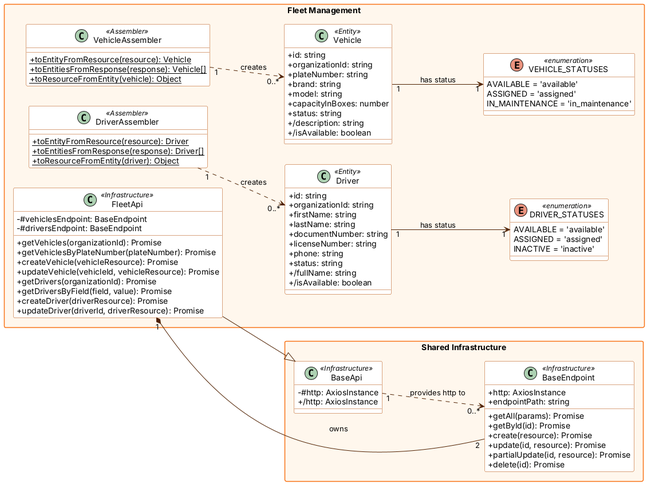
1ASI0730-2620-8084-CodeCrafters/bottle-track-report keeps this PlantUML diagram as report/assets/Software-Object-Oriented-Design/frontend-class-fleet-management.png. Above is the earlier version. Its diagram source:
```plantuml
@startuml
skinparam classAttributeIconSize 0
skinparam packageStyle rectangle
skinparam shadowing false
skinparam defaultFontName Arial
skinparam class {
  BackgroundColor #ffffff
  BorderColor #b34900
  ArrowColor #4f2000
}
skinparam package {
  BackgroundColor #fff7ed
  BorderColor #f97316
}
left to right direction

package "Shared Infrastructure" {
  class BaseApi <<Infrastructure>> {
    - #http: AxiosInstance
    + /http: AxiosInstance
  }
  class BaseEndpoint <<Infrastructure>> {
    + http: AxiosInstance
    + endpointPath: string
    + getAll(params): Promise
    + getById(id): Promise
    + create(resource): Promise
    + update(id, resource): Promise
    + partialUpdate(id, resource): Promise
    + delete(id): Promise
  }
  BaseApi "1" ..> "0..*" BaseEndpoint : provides http to
}
package "Fleet Management" {
  class Vehicle <<Entity>> {
    + id: string
    + organizationId: string
    + plateNumber: string
    + brand: string
    + model: string
    + capacityInBoxes: number
    + status: string
    + /description: string
    + /isAvailable: boolean
  }
  class Driver <<Entity>> {
    + id: string
    + organizationId: string
    + firstName: string
    + lastName: string
    + documentNumber: string
    + licenseNumber: string
    + phone: string
    + status: string
    + /fullName: string
    + /isAvailable: boolean
  }
  enum VEHICLE_STATUSES <<enumeration>> {
    AVAILABLE = 'available'
    ASSIGNED = 'assigned'
    IN_MAINTENANCE = 'in_maintenance'
  }
  enum DRIVER_STATUSES <<enumeration>> {
    AVAILABLE = 'available'
    ASSIGNED = 'assigned'
    INACTIVE = 'inactive'
  }
  class FleetApi <<Infrastructure>> {
    - #vehiclesEndpoint: BaseEndpoint
    - #driversEndpoint: BaseEndpoint
    + getVehicles(organizationId): Promise
    + getVehiclesByPlateNumber(plateNumber): Promise
    + createVehicle(vehicleResource): Promise
    + updateVehicle(vehicleId, vehicleResource): Promise
    + getDrivers(organizationId): Promise
    + getDriversByField(field, value): Promise
    + createDriver(driverResource): Promise
    + updateDriver(driverId, driverResource): Promise
  }
  class VehicleAssembler <<Assembler>> {
    + {static} toEntityFromResource(resource): Vehicle
    + {static} toEntitiesFromResponse(response): Vehicle[]
    + {static} toResourceFromEntity(vehicle): Object
  }
  class DriverAssembler <<Assembler>> {
    + {static} toEntityFromResource(resource): Driver
    + {static} toEntitiesFromResponse(response): Driver[]
    + {static} toResourceFromEntity(driver): Object
  }
  Vehicle "1" --> "1" VEHICLE_STATUSES : has status
  Driver "1" --> "1" DRIVER_STATUSES : has status
  VehicleAssembler "1" ..> "0..*" Vehicle : creates
  DriverAssembler "1" ..> "0..*" Driver : creates
  FleetApi "1" *-- "2" BaseEndpoint : owns
  FleetApi --|> BaseApi
}
@enduml
```
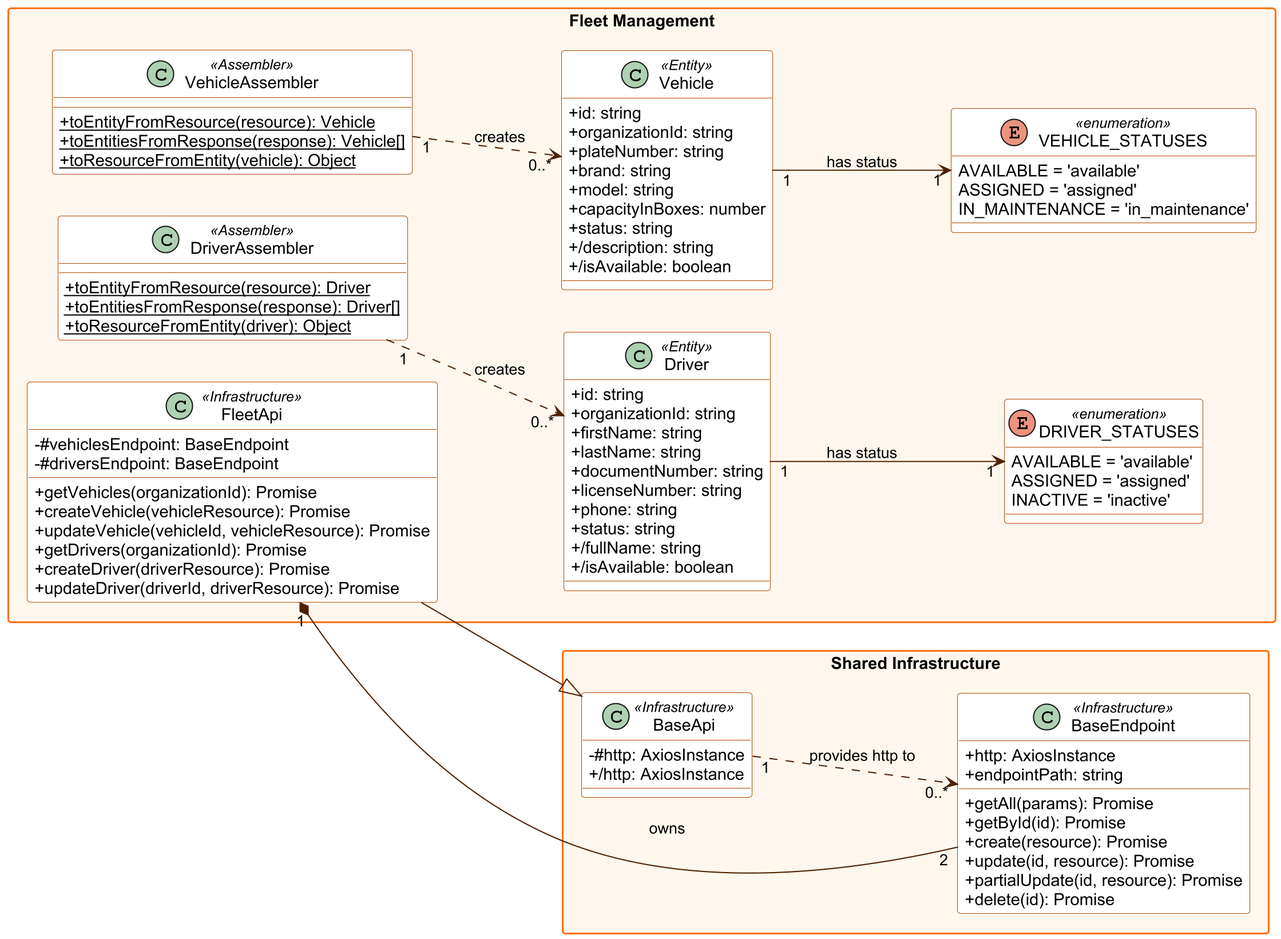
After the commit.

Commit message:
fix(report): update the fleet management frontend class diagram

The edit, as a diff of the source:
```diff
@@ -1,4 +1,5 @@
 @startuml
+skinparamlocked dpi 200
 skinparam classAttributeIconSize 0
 skinparam packageStyle rectangle
 skinparam shadowing false
@@ -31,6 +32,7 @@
   }
   BaseApi "1" ..> "0..*" BaseEndpoint : provides http to
 }
+
 package "Fleet Management" {
   class Vehicle <<Entity>> {
     + id: string
@@ -69,11 +71,9 @@
     - #vehiclesEndpoint: BaseEndpoint
     - #driversEndpoint: BaseEndpoint
     + getVehicles(organizationId): Promise
-    + getVehiclesByPlateNumber(plateNumber): Promise
     + createVehicle(vehicleResource): Promise
     + updateVehicle(vehicleId, vehicleResource): Promise
     + getDrivers(organizationId): Promise
-    + getDriversByField(field, value): Promise
     + createDriver(driverResource): Promise
     + updateDriver(driverId, driverResource): Promise
   }
```
